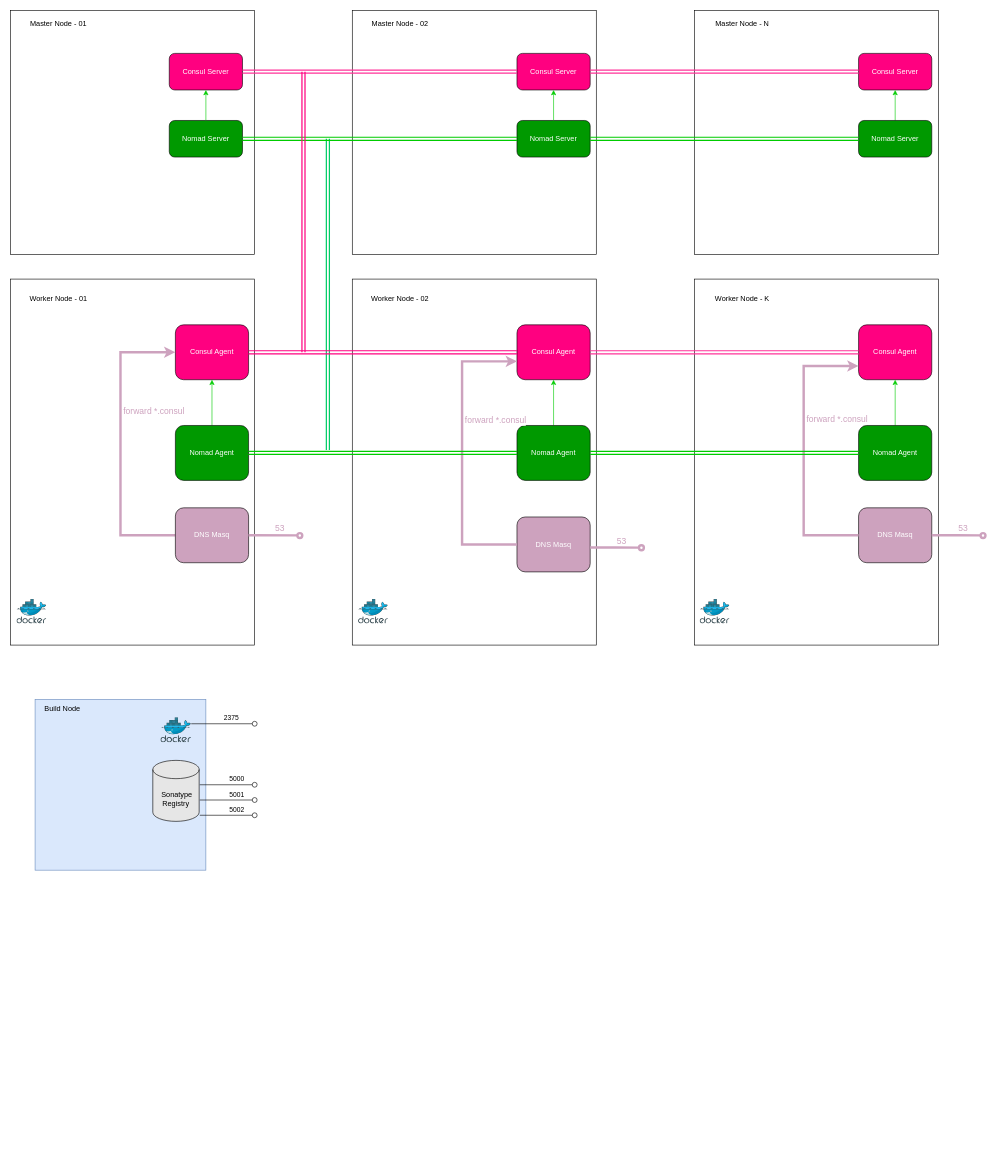
Above: docs/images/Architecture.drawio in suikast42/nomadder (draw.io), before the change. Source tidied: cells renumbered, new cells numbered last; positions are measured from the earlier drawing's top-left corner, leaving out a move shared by most shapes. Both pictures are drawn from the tidied source at 61%, with x=0, y=0 at pixel (10, 10).
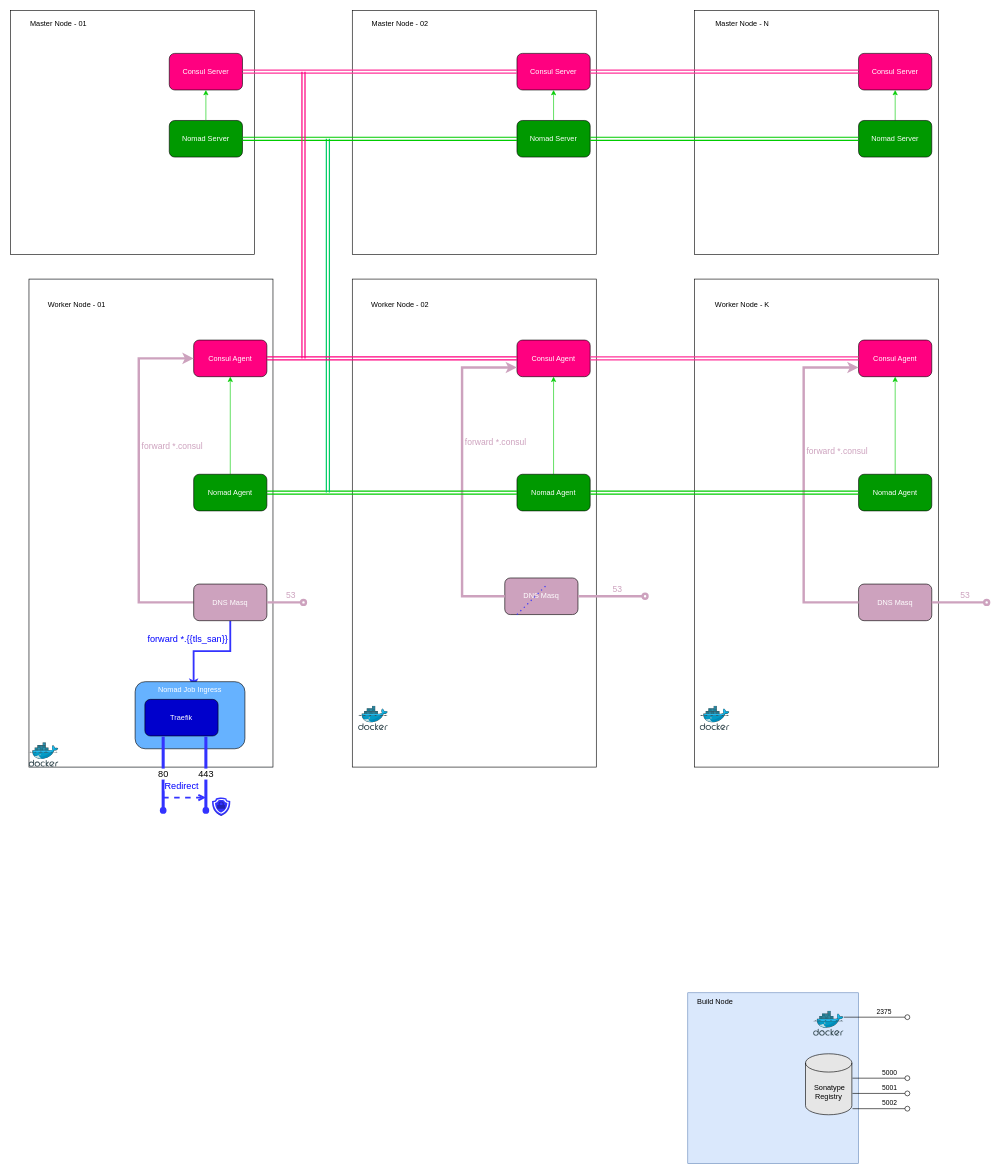
The same diagram, later.

Change to the diagram source:
```diff
@@
-    <mxCell id="2" style="group;labelBackgroundColor=none;fillColor=none;" parent="1" vertex="1">
-      <mxGeometry y="440" width="400" height="600" as="geometry" />
+    <mxCell id="2" style="group;labelBackgroundColor=none;fillColor=#66B2FF;" parent="1" vertex="1">
+      <mxGeometry x="30" y="440" width="400" height="800" as="geometry" />
     </mxCell>
     <mxCell id="3" style="whiteSpace=wrap;html=1;" parent="2" vertex="1">
-      <mxGeometry width="400" height="600" as="geometry" />
+      <mxGeometry width="400" height="800" as="geometry" />
     </mxCell>
     <mxCell id="4" value="Worker Node - 01" style="text;html=1;strokeColor=none;fillColor=none;align=center;verticalAlign=middle;whiteSpace=wrap;rounded=0;" parent="2" vertex="1">
-      <mxGeometry width="157.1" height="64.3" as="geometry" />
+      <mxGeometry width="157.1" height="85.7" as="geometry" />
     </mxCell>
     <mxCell id="5" style="sketch=0;html=1;align=center;image;fontSize=12;image=img/lib/mscae/Docker.svg;labelPosition=center;verticalLabelPosition=top;verticalAlign=bottom;labelBackgroundColor=none;" parent="2" vertex="1">
-      <mxGeometry x="10" y="525" width="48.8" height="40" as="geometry" />
+      <mxGeometry y="760" width="48.8" height="40" as="geometry" />
     </mxCell>
     <mxCell id="6" value="Consul Agent" style="rounded=1;whiteSpace=wrap;html=1;labelBackgroundColor=none;fontColor=#FFFFFF;fillColor=#FF0080;" parent="2" vertex="1">
-      <mxGeometry x="270" y="75" width="120" height="90" as="geometry" />
+      <mxGeometry x="270" y="100" width="120" height="60" as="geometry" />
     </mxCell>
@@
     <mxCell id="8" value="Nomad Agent" style="rounded=1;whiteSpace=wrap;html=1;labelBackgroundColor=none;fontColor=#FFFFFF;fillColor=#009900;" parent="2" vertex="1">
-      <mxGeometry x="270" y="240" width="120" height="90" as="geometry" />
+      <mxGeometry x="270" y="320" width="120" height="60" as="geometry" />
     </mxCell>
-    <mxCell id="9" style="edgeStyle=orthogonalEdgeStyle;rounded=0;jettySize=auto;html=1;entryX=0;entryY=0.5;entryDx=0;entryDy=0;labelBackgroundColor=default;strokeColor=#CDA2BE;strokeWidth=4;fontColor=#CDA2BE;" parent="2" edge="1" source="11" target="6">
+    <mxCell id="9" style="edgeStyle=orthogonalEdgeStyle;rounded=0;jettySize=auto;html=1;labelBackgroundColor=default;strokeColor=#CDA2BE;strokeWidth=4;fontColor=#CDA2BE;exitX=0;exitY=0.5;exitDx=0;exitDy=0;" parent="2" edge="1" source="11" target="6">
       <mxGeometry relative="1" as="geometry">
         <Array as="points">
-          <mxPoint x="180" y="420" />
-          <mxPoint x="180" y="120" />
+          <mxPoint x="180" y="530" />
+          <mxPoint x="180" y="130" />
         </Array>
       </mxGeometry>
     </mxCell>
@@
+    <mxCell id="72" value="forward *.{{tls_san}}" style="edgeStyle=orthogonalEdgeStyle;rounded=0;jettySize=auto;html=1;entryX=0.533;entryY=0.091;entryDx=0;entryDy=0;entryPerimeter=0;strokeColor=#3333FF;strokeWidth=3;fontSize=15;fontColor=#0000FF;startArrow=none;startFill=0;endArrow=classic;endFill=1;" parent="2" edge="1" source="11" target="73">
+      <mxGeometry x="0.29" y="-22" relative="1" as="geometry">
+        <Array as="points">
+          <mxPoint x="330" y="610" />
+          <mxPoint x="270" y="610" />
+        </Array>
+        <mxPoint x="12" y="-20" as="offset" />
+      </mxGeometry>
+    </mxCell>
     <mxCell id="11" value="DNS Masq" style="rounded=1;whiteSpace=wrap;html=1;labelBackgroundColor=none;fontColor=#FFFFFF;fillColor=#CDA2BE;" parent="2" vertex="1">
-      <mxGeometry x="270" y="375" width="120" height="90" as="geometry" />
+      <mxGeometry x="270" y="500" width="120" height="60" as="geometry" />
     </mxCell>
+    <mxCell id="73" value="Nomad Job Ingress" style="rounded=1;whiteSpace=wrap;html=1;labelBackgroundColor=none;fontColor=#FFFFFF;fillColor=#66B2FF;horizontal=1;verticalAlign=top;" parent="2" vertex="1">
+      <mxGeometry x="174" y="660" width="180" height="110" as="geometry" />
+    </mxCell>
+    <mxCell id="74" value="Traefik" style="rounded=1;whiteSpace=wrap;html=1;labelBackgroundColor=none;fontColor=#FFFFFF;fillColor=#0000CC;" parent="2" vertex="1">
+      <mxGeometry x="190" y="689" width="120" height="60" as="geometry" />
+    </mxCell>
@@
     <mxCell id="24" style="group;" parent="1" vertex="1">
-      <mxGeometry x="560" y="440" width="400" height="600" as="geometry" />
+      <mxGeometry x="560" y="440" width="400" height="800" as="geometry" />
     </mxCell>
     <mxCell id="25" style="whiteSpace=wrap;html=1;" parent="24" vertex="1">
-      <mxGeometry width="400" height="600" as="geometry" />
+      <mxGeometry width="400" height="800" as="geometry" />
     </mxCell>
     <mxCell id="26" value="Worker Node - 02" style="text;html=1;strokeColor=none;fillColor=none;align=center;verticalAlign=middle;whiteSpace=wrap;rounded=0;" parent="24" vertex="1">
-      <mxGeometry width="157.1" height="64.3" as="geometry" />
+      <mxGeometry width="157.1" height="85.7" as="geometry" />
     </mxCell>
     <mxCell id="27" style="sketch=0;html=1;align=center;image;fontSize=12;image=img/lib/mscae/Docker.svg;labelPosition=center;verticalLabelPosition=top;verticalAlign=bottom;labelBackgroundColor=none;" parent="24" vertex="1">
-      <mxGeometry x="10" y="525" width="48.8" height="40" as="geometry" />
+      <mxGeometry x="10" y="700" width="48.8" height="40" as="geometry" />
     </mxCell>
     <mxCell id="28" value="Consul Agent" style="rounded=1;whiteSpace=wrap;html=1;labelBackgroundColor=none;fontColor=#FFFFFF;fillColor=#FF0080;" parent="24" vertex="1">
-      <mxGeometry x="270" y="75" width="120" height="90" as="geometry" />
+      <mxGeometry x="270" y="100" width="120" height="60" as="geometry" />
     </mxCell>
@@
     <mxCell id="30" value="Nomad Agent" style="rounded=1;whiteSpace=wrap;html=1;labelBackgroundColor=none;fontColor=#FFFFFF;fillColor=#009900;" parent="24" vertex="1">
-      <mxGeometry x="270" y="240" width="120" height="90" as="geometry" />
+      <mxGeometry x="270" y="320" width="120" height="60" as="geometry" />
     </mxCell>
     <mxCell id="31" value="DNS Masq" style="rounded=1;whiteSpace=wrap;html=1;labelBackgroundColor=none;fontColor=#FFFFFF;fillColor=#CDA2BE;" parent="24" vertex="1">
-      <mxGeometry x="270" y="390" width="120" height="90" as="geometry" />
+      <mxGeometry x="250" y="490" width="120" height="60" as="geometry" />
     </mxCell>
-    <mxCell id="32" style="edgeStyle=orthogonalEdgeStyle;rounded=0;orthogonalLoop=1;jettySize=auto;html=1;entryX=0;entryY=0.5;entryDx=0;entryDy=0;labelBackgroundColor=default;strokeColor=#CDA2BE;strokeWidth=4;fontColor=#CDA2BE;" parent="24" edge="1">
+    <mxCell id="32" style="edgeStyle=orthogonalEdgeStyle;rounded=0;jettySize=auto;html=1;entryX=0;entryY=0.75;entryDx=0;entryDy=0;labelBackgroundColor=default;strokeColor=#CDA2BE;strokeWidth=4;fontColor=#CDA2BE;exitX=0;exitY=0.5;exitDx=0;exitDy=0;" parent="24" edge="1" source="31" target="28">
       <mxGeometry relative="1" as="geometry">
-        <mxPoint x="270" y="435.1" as="sourcePoint" />
-        <mxPoint x="270" y="134.9" as="targetPoint" />
         <Array as="points">
-          <mxPoint x="180" y="434.9" />
-          <mxPoint x="180" y="134.9" />
+          <mxPoint x="180" y="520" />
+          <mxPoint x="180" y="145" />
         </Array>
       </mxGeometry>
     </mxCell>
@@
     <mxCell id="34" style="group;fontSize=14;fontColor=#CDA2BE;" parent="1" vertex="1">
-      <mxGeometry x="1121" y="440" width="400" height="600" as="geometry" />
+      <mxGeometry x="1121" y="440" width="400" height="800" as="geometry" />
     </mxCell>
     <mxCell id="35" style="whiteSpace=wrap;html=1;" parent="34" vertex="1">
-      <mxGeometry width="400" height="600" as="geometry" />
+      <mxGeometry width="400" height="800" as="geometry" />
     </mxCell>
     <mxCell id="36" value="Worker Node - K" style="text;html=1;strokeColor=none;fillColor=none;align=center;verticalAlign=middle;whiteSpace=wrap;rounded=0;" parent="34" vertex="1">
-      <mxGeometry width="157.1" height="64.3" as="geometry" />
+      <mxGeometry width="157.1" height="85.7" as="geometry" />
     </mxCell>
     <mxCell id="37" style="sketch=0;html=1;align=center;image;fontSize=12;image=img/lib/mscae/Docker.svg;labelPosition=center;verticalLabelPosition=top;verticalAlign=bottom;labelBackgroundColor=none;" parent="34" vertex="1">
-      <mxGeometry x="9" y="525" width="48.8" height="40" as="geometry" />
+      <mxGeometry x="9" y="700" width="48.8" height="40" as="geometry" />
     </mxCell>
     <mxCell id="38" value="Consul Agent" style="rounded=1;whiteSpace=wrap;html=1;labelBackgroundColor=none;fontColor=#FFFFFF;fillColor=#FF0080;" parent="34" vertex="1">
-      <mxGeometry x="269" y="75" width="120" height="90" as="geometry" />
+      <mxGeometry x="269" y="100" width="120" height="60" as="geometry" />
     </mxCell>
@@
     <mxCell id="40" value="Nomad Agent" style="rounded=1;whiteSpace=wrap;html=1;labelBackgroundColor=none;fontColor=#FFFFFF;fillColor=#009900;" parent="34" vertex="1">
-      <mxGeometry x="269" y="240" width="120" height="90" as="geometry" />
+      <mxGeometry x="269" y="320" width="120" height="60" as="geometry" />
     </mxCell>
     <mxCell id="41" value="DNS Masq" style="rounded=1;whiteSpace=wrap;html=1;labelBackgroundColor=none;fontColor=#FFFFFF;fillColor=#CDA2BE;" parent="34" vertex="1">
-      <mxGeometry x="269" y="375" width="120" height="90" as="geometry" />
+      <mxGeometry x="269" y="500" width="120" height="60" as="geometry" />
     </mxCell>
     <mxCell id="42" style="edgeStyle=orthogonalEdgeStyle;rounded=0;jettySize=auto;html=1;labelBackgroundColor=default;strokeColor=#CDA2BE;strokeWidth=4;fontColor=#CDA2BE;entryX=0;entryY=0.75;entryDx=0;entryDy=0;" parent="34" edge="1" target="38">
       <mxGeometry relative="1" as="geometry">
-        <mxPoint x="268.9" y="420.1" as="sourcePoint" />
+        <mxPoint x="269" y="530" as="sourcePoint" />
         <Array as="points">
-          <mxPoint x="179" y="420" />
-          <mxPoint x="179" y="143" />
+          <mxPoint x="269" y="530" />
+          <mxPoint x="179" y="530" />
+          <mxPoint x="179" y="145" />
         </Array>
       </mxGeometry>
     </mxCell>
@@
     <mxCell id="54" style="endArrow=classic;startArrow=classic;html=1;rounded=0;strokeColor=#00CC66;strokeWidth=2;fontColor=#00CC00;shape=link;" parent="1" edge="1">
       <mxGeometry relative="1" as="geometry">
-        <mxPoint x="520" y="720" as="sourcePoint" />
+        <mxPoint x="520" y="790" as="sourcePoint" />
         <mxPoint x="520" y="210" as="targetPoint" />
       </mxGeometry>
     </mxCell>
@@
     <mxCell id="58" style="endArrow=classic;startArrow=classic;html=1;rounded=0;strokeColor=#FF0080;strokeWidth=2;fontColor=#00CC00;shape=link;" parent="1" edge="1">
       <mxGeometry relative="1" as="geometry">
-        <mxPoint x="480" y="560" as="sourcePoint" />
+        <mxPoint x="480" y="570" as="sourcePoint" />
         <mxPoint x="480" y="100" as="targetPoint" />
       </mxGeometry>
     </mxCell>
     <mxCell id="59" style="group;" parent="1" vertex="1">
-      <mxGeometry x="40" y="1129" width="360" height="280" as="geometry" />
+      <mxGeometry x="1110" y="1610" width="360" height="280" as="geometry" />
     </mxCell>
@@
-    <mxCell id="69" value="53" style="html=1;verticalAlign=bottom;labelBackgroundColor=none;endArrow=oval;endFill=0;endSize=8;rounded=0;fontColor=#CDA2BE;align=left;strokeColor=#CDA2BE;strokeWidth=4;fontSize=14;" parent="1" edge="1">
+    <mxCell id="69" value="53" style="html=1;verticalAlign=bottom;labelBackgroundColor=none;endArrow=oval;endFill=0;endSize=8;rounded=0;fontColor=#CDA2BE;align=left;strokeColor=#CDA2BE;strokeWidth=4;fontSize=14;exitX=1;exitY=0.5;exitDx=0;exitDy=0;" parent="1" edge="1" source="31">
       <mxGeometry relative="1" as="geometry">
-        <mxPoint x="950" y="880" as="sourcePoint" />
-        <mxPoint x="1034" y="880.5" as="targetPoint" />
+        <mxPoint x="1040" y="960" as="targetPoint" />
         <Array as="points">
-          <mxPoint x="990" y="880" />
-          <mxPoint x="1030" y="880.2" />
+          <mxPoint x="1000" y="960" />
         </Array>
       </mxGeometry>
     </mxCell>
-    <mxCell id="70" value="53" style="html=1;verticalAlign=bottom;labelBackgroundColor=none;endArrow=oval;endFill=0;endSize=8;rounded=0;fontColor=#CDA2BE;align=left;strokeColor=#CDA2BE;strokeWidth=4;fontSize=14;" parent="1" edge="1">
+    <mxCell id="70" value="53" style="html=1;verticalAlign=bottom;labelBackgroundColor=none;endArrow=oval;endFill=0;endSize=8;rounded=0;fontColor=#CDA2BE;align=left;strokeColor=#CDA2BE;strokeWidth=4;fontSize=14;exitX=1;exitY=0.5;exitDx=0;exitDy=0;" parent="1" edge="1" source="11">
       <mxGeometry relative="1" as="geometry">
-        <mxPoint x="390" y="860" as="sourcePoint" />
-        <mxPoint x="474" y="860.5" as="targetPoint" />
+        <mxPoint x="480" y="970" as="targetPoint" />
         <Array as="points">
-          <mxPoint x="470" y="860.2" />
+          <mxPoint x="440" y="970" />
         </Array>
       </mxGeometry>
     </mxCell>
     <mxCell id="71" value="53" style="html=1;verticalAlign=bottom;labelBackgroundColor=none;endArrow=oval;endFill=0;endSize=8;rounded=0;fontColor=#CDA2BE;align=left;strokeColor=#CDA2BE;strokeWidth=4;fontSize=14;" parent="1" edge="1">
       <mxGeometry relative="1" as="geometry">
-        <mxPoint x="1510" y="860" as="sourcePoint" />
-        <mxPoint x="1594" y="860.5" as="targetPoint" />
-        <Array as="points">
-          <mxPoint x="1550" y="860" />
-          <mxPoint x="1590" y="860.2" />
-        </Array>
+        <mxPoint x="1510" y="970" as="sourcePoint" />
+        <mxPoint x="1600" y="970" as="targetPoint" />
       </mxGeometry>
     </mxCell>
+    <mxCell id="75" value="443" style="edgeStyle=orthogonalEdgeStyle;rounded=0;orthogonalLoop=1;jettySize=auto;html=1;fontSize=15;endArrow=oval;endFill=1;strokeWidth=5;strokeColor=#3333FF;" parent="1" edge="1">
+      <mxGeometry relative="1" as="geometry">
+        <mxPoint x="320" y="1190" as="sourcePoint" />
+        <mxPoint x="320" y="1311" as="targetPoint" />
+      </mxGeometry>
+    </mxCell>
+    <mxCell id="76" value="80" style="edgeStyle=orthogonalEdgeStyle;rounded=0;orthogonalLoop=1;jettySize=auto;html=1;fontSize=15;endArrow=oval;endFill=1;strokeWidth=5;strokeColor=#3333FF;" parent="1" edge="1">
+      <mxGeometry relative="1" as="geometry">
+        <mxPoint x="250" y="1190" as="sourcePoint" />
+        <mxPoint x="250" y="1311" as="targetPoint" />
+        <Array as="points">
+          <mxPoint x="250" y="1260" />
+          <mxPoint x="250" y="1260" />
+        </Array>
+      </mxGeometry>
+    </mxCell>
+    <mxCell id="77" style="dashed=0;verticalLabelPosition=bottom;verticalAlign=top;align=center;html=1;shape=mxgraph.aws3.ssl_padlock;fillColor=#3333FF;gradientColor=none;fontSize=15;fontColor=#0000FF;strokeColor=#3333FF;" parent="1" vertex="1">
+      <mxGeometry x="330" y="1290" width="30" height="30" as="geometry" />
+    </mxCell>
+    <mxCell id="78" style="endArrow=none;dashed=1;html=1;dashPattern=1 3;strokeWidth=2;rounded=0;strokeColor=#3333FF;fontSize=15;fontColor=#0000FF;" parent="1" edge="1">
+      <mxGeometry relative="1" as="geometry">
+        <mxPoint x="830" y="990" as="sourcePoint" />
+        <mxPoint x="880" y="940" as="targetPoint" />
+      </mxGeometry>
+    </mxCell>
+    <mxCell id="79" value="Redirect" style="endArrow=open;dashed=1;html=1;strokeWidth=3;rounded=0;strokeColor=#3333FF;fontSize=15;fontColor=#0000FF;endFill=0;" parent="1" edge="1">
+      <mxGeometry x="-0.14" y="20" relative="1" as="geometry">
+        <mxPoint x="250" y="1290" as="sourcePoint" />
+        <mxPoint x="320" y="1290" as="targetPoint" />
+      </mxGeometry>
+    </mxCell>
```
